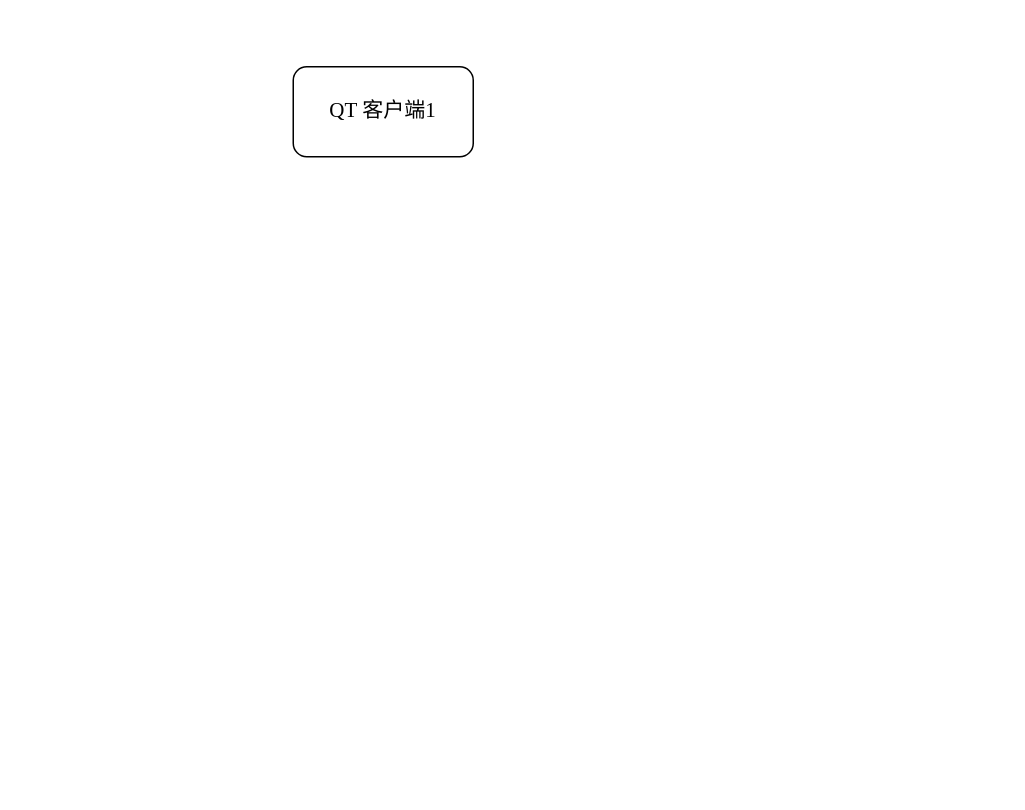
Earlier version of the draw.io diagram 未命名绘图.drawio (GamorH/draw.io). Source tidied: cells renumbered, new cells numbered last; positions are measured from the earlier drawing's top-left corner, leaving out a move shared by most shapes. Both pictures are drawn from the tidied source at 150%, with x=0, y=0 at pixel (292, 66).
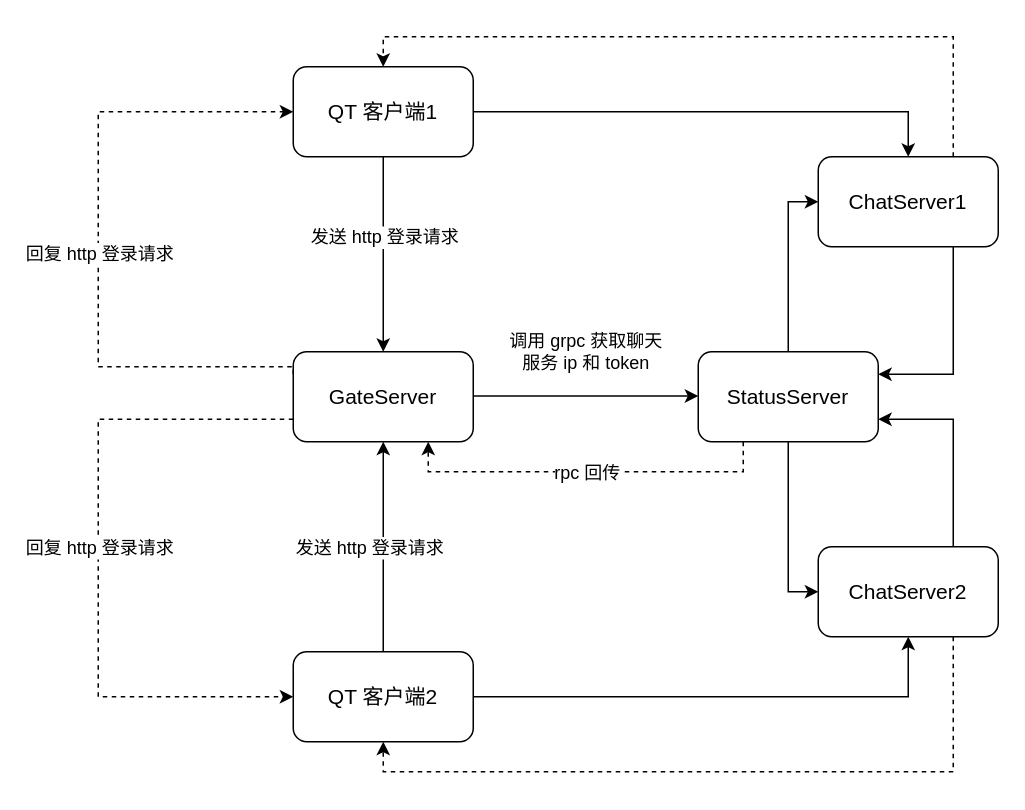
After the change.

Commit message:
服务器通信.drawio

What changed in the source:
```diff
@@
+    <mxCell id="3" style="edgeStyle=orthogonalEdgeStyle;rounded=0;jettySize=auto;html=1;" parent="1" edge="1" source="2" target="9">
+      <mxGeometry relative="1" as="geometry" />
+    </mxCell>
+    <mxCell id="4" value="&lt;font face=&quot;微软雅黑&quot; style=&quot;font-size: 12px;&quot;&gt;发送 http 登录请求&lt;/font&gt;" style="edgeLabel;html=1;align=center;verticalAlign=middle;" parent="3" vertex="1">
+      <mxGeometry x="-0.19" y="-1" relative="1" as="geometry">
+        <mxPoint x="1" as="offset" />
+      </mxGeometry>
+    </mxCell>
+    <mxCell id="5" style="edgeStyle=orthogonalEdgeStyle;rounded=0;jettySize=auto;html=1;exitX=1;exitY=0.5;exitDx=0;exitDy=0;entryX=0.5;entryY=0;entryDx=0;entryDy=0;" parent="1" edge="1" source="2">
+      <mxGeometry relative="1" as="geometry">
+        <mxPoint x="410" y="60" as="targetPoint" />
+        <Array as="points">
+          <mxPoint x="410" y="30" />
+        </Array>
+      </mxGeometry>
+    </mxCell>
-    <mxCell id="2" value="&lt;font style=&quot;font-size: 14px;&quot; face=&quot;Times New Roman&quot;&gt;QT 客户端1&lt;/font&gt;" style="rounded=1;whiteSpace=wrap;html=1;" parent="1" vertex="1">
+    <mxCell id="2" value="&lt;font face=&quot;微软雅黑&quot; style=&quot;font-size: 14px;&quot;&gt;QT 客户端1&lt;/font&gt;" style="rounded=1;whiteSpace=wrap;html=1;" parent="1" vertex="1">
       <mxGeometry width="120" height="60" as="geometry" />
     </mxCell>
+    <mxCell id="6" style="edgeStyle=orthogonalEdgeStyle;rounded=0;jettySize=auto;html=1;exitX=0;exitY=0.25;exitDx=0;exitDy=0;entryX=0;entryY=0.5;entryDx=0;entryDy=0;dashed=1;" parent="1" edge="1" source="9" target="2">
+      <mxGeometry relative="1" as="geometry">
+        <Array as="points">
+          <mxPoint y="200" />
+          <mxPoint x="-130" y="200" />
+          <mxPoint x="-130" y="30" />
+        </Array>
+      </mxGeometry>
+    </mxCell>
+    <mxCell id="7" value="&lt;font face=&quot;微软雅黑&quot; style=&quot;font-size: 12px;&quot;&gt;回复 http 登录请求&lt;/font&gt;" style="edgeLabel;html=1;align=center;verticalAlign=middle;" parent="6" vertex="1">
+      <mxGeometry x="-0.03" relative="1" as="geometry" />
+    </mxCell>
+    <mxCell id="8" style="edgeStyle=orthogonalEdgeStyle;rounded=0;jettySize=auto;html=1;entryX=0;entryY=0.5;entryDx=0;entryDy=0;exitX=0;exitY=0.75;exitDx=0;exitDy=0;dashed=1;" parent="1" edge="1" source="9" target="24">
+      <mxGeometry relative="1" as="geometry">
+        <Array as="points">
+          <mxPoint x="-130" y="235" />
+          <mxPoint x="-130" y="420" />
+        </Array>
+      </mxGeometry>
+    </mxCell>
+    <mxCell id="9" value="&lt;font face=&quot;微软雅黑&quot; style=&quot;font-size: 14px;&quot;&gt;GateServer&lt;/font&gt;" style="rounded=1;whiteSpace=wrap;html=1;" parent="1" vertex="1">
+      <mxGeometry y="190" width="120" height="60" as="geometry" />
+    </mxCell>
+    <mxCell id="10" style="edgeStyle=orthogonalEdgeStyle;rounded=0;jettySize=auto;html=1;exitX=0.75;exitY=1;exitDx=0;exitDy=0;entryX=1;entryY=0.25;entryDx=0;entryDy=0;" parent="1" edge="1" source="12" target="22">
+      <mxGeometry relative="1" as="geometry" />
+    </mxCell>
+    <mxCell id="11" style="edgeStyle=orthogonalEdgeStyle;rounded=0;jettySize=auto;html=1;exitX=0.75;exitY=0;exitDx=0;exitDy=0;entryX=0.5;entryY=0;entryDx=0;entryDy=0;dashed=1;" parent="1" edge="1" source="12" target="2">
+      <mxGeometry relative="1" as="geometry" />
+    </mxCell>
+    <mxCell id="12" value="&lt;font face=&quot;微软雅黑&quot; style=&quot;font-size: 14px;&quot;&gt;ChatServer1&lt;/font&gt;" style="rounded=1;whiteSpace=wrap;html=1;" parent="1" vertex="1">
+      <mxGeometry x="350" y="60" width="120" height="60" as="geometry" />
+    </mxCell>
+    <mxCell id="13" style="edgeStyle=orthogonalEdgeStyle;rounded=0;jettySize=auto;html=1;exitX=0.75;exitY=0;exitDx=0;exitDy=0;entryX=1;entryY=0.75;entryDx=0;entryDy=0;" parent="1" edge="1" source="15" target="22">
+      <mxGeometry relative="1" as="geometry" />
+    </mxCell>
+    <mxCell id="14" style="edgeStyle=orthogonalEdgeStyle;rounded=0;jettySize=auto;html=1;exitX=0.75;exitY=1;exitDx=0;exitDy=0;entryX=0.5;entryY=1;entryDx=0;entryDy=0;dashed=1;" parent="1" edge="1" source="15" target="24">
+      <mxGeometry relative="1" as="geometry" />
+    </mxCell>
+    <mxCell id="15" value="&lt;font face=&quot;微软雅黑&quot; style=&quot;font-size: 14px;&quot;&gt;ChatServer2&lt;/font&gt;" style="rounded=1;whiteSpace=wrap;html=1;" parent="1" vertex="1">
+      <mxGeometry x="350" y="320" width="120" height="60" as="geometry" />
+    </mxCell>
+    <mxCell id="16" style="edgeStyle=orthogonalEdgeStyle;rounded=0;jettySize=auto;html=1;exitX=1;exitY=0.5;exitDx=0;exitDy=0;" parent="1" edge="1" target="22">
+      <mxGeometry relative="1" as="geometry">
+        <mxPoint x="120" y="219.5" as="sourcePoint" />
+      </mxGeometry>
+    </mxCell>
+    <mxCell id="17" value="&lt;div style=&quot;text-align: justify;&quot;&gt;&lt;br&gt;&lt;/div&gt;" style="edgeLabel;html=1;align=left;verticalAlign=middle;" parent="16" vertex="1">
+      <mxGeometry x="-0.33" y="3" relative="1" as="geometry">
+        <mxPoint x="-274" y="94" as="offset" />
+      </mxGeometry>
+    </mxCell>
+    <mxCell id="18" style="edgeStyle=orthogonalEdgeStyle;rounded=0;jettySize=auto;html=1;exitX=0.5;exitY=0;exitDx=0;exitDy=0;entryX=0;entryY=0.5;entryDx=0;entryDy=0;" parent="1" edge="1" source="22" target="12">
+      <mxGeometry relative="1" as="geometry" />
+    </mxCell>
+    <mxCell id="19" style="edgeStyle=orthogonalEdgeStyle;rounded=0;jettySize=auto;html=1;exitX=0.5;exitY=1;exitDx=0;exitDy=0;entryX=0;entryY=0.5;entryDx=0;entryDy=0;" parent="1" edge="1" source="22" target="15">
+      <mxGeometry relative="1" as="geometry" />
+    </mxCell>
+    <mxCell id="20" style="edgeStyle=orthogonalEdgeStyle;rounded=0;jettySize=auto;html=1;exitX=0.25;exitY=1;exitDx=0;exitDy=0;entryX=0.75;entryY=1;entryDx=0;entryDy=0;dashed=1;" parent="1" edge="1" source="22" target="9">
+      <mxGeometry relative="1" as="geometry" />
+    </mxCell>
+    <mxCell id="21" value="&lt;font style=&quot;font-size: 12px;&quot; face=&quot;微软雅黑&quot;&gt;rpc 回传&lt;/font&gt;" style="edgeLabel;html=1;align=center;verticalAlign=middle;" parent="20" vertex="1">
+      <mxGeometry x="0.15" y="2" relative="1" as="geometry">
+        <mxPoint x="19" y="-2" as="offset" />
+      </mxGeometry>
+    </mxCell>
+    <mxCell id="22" value="&lt;font face=&quot;微软雅黑&quot; style=&quot;font-size: 14px;&quot;&gt;StatusServer&lt;/font&gt;" style="rounded=1;whiteSpace=wrap;html=1;" parent="1" vertex="1">
+      <mxGeometry x="270" y="190" width="120" height="60" as="geometry" />
+    </mxCell>
+    <mxCell id="23" style="edgeStyle=orthogonalEdgeStyle;rounded=0;jettySize=auto;html=1;exitX=0.5;exitY=0;exitDx=0;exitDy=0;entryX=0.5;entryY=1;entryDx=0;entryDy=0;" parent="1" edge="1" source="24" target="9">
+      <mxGeometry relative="1" as="geometry" />
+    </mxCell>
+    <mxCell id="24" value="&lt;font face=&quot;微软雅黑&quot; style=&quot;font-size: 14px;&quot;&gt;QT 客户端2&lt;/font&gt;" style="rounded=1;whiteSpace=wrap;html=1;" parent="1" vertex="1">
+      <mxGeometry y="390" width="120" height="60" as="geometry" />
+    </mxCell>
+    <mxCell id="25" value="&lt;font face=&quot;微软雅黑&quot;&gt;调用 grpc 获取聊天&lt;/font&gt;&lt;div&gt;&lt;font face=&quot;微软雅黑&quot;&gt;服务 ip 和 token&lt;/font&gt;&lt;/div&gt;" style="text;html=1;align=center;verticalAlign=middle;strokeColor=none;fillColor=none;" parent="1" vertex="1">
+      <mxGeometry x="130" y="170" width="130" height="40" as="geometry" />
+    </mxCell>
+    <mxCell id="26" style="edgeStyle=orthogonalEdgeStyle;rounded=0;jettySize=auto;html=1;exitX=1;exitY=0.5;exitDx=0;exitDy=0;entryX=0.5;entryY=1;entryDx=0;entryDy=0;" parent="1" edge="1" source="24" target="15">
+      <mxGeometry relative="1" as="geometry" />
+    </mxCell>
+    <mxCell id="27" value="&lt;font face=&quot;微软雅黑&quot; style=&quot;font-size: 12px;&quot;&gt;发送 http 登录请求&lt;/font&gt;" style="edgeLabel;html=1;align=center;verticalAlign=middle;" parent="1" vertex="1">
+      <mxGeometry x="50" y="320" as="geometry" />
+    </mxCell>
+    <mxCell id="28" value="&lt;font face=&quot;微软雅黑&quot; style=&quot;font-size: 12px;&quot;&gt;回复 http 登录请求&lt;/font&gt;" style="edgeLabel;html=1;align=center;verticalAlign=middle;" parent="1" vertex="1">
+      <mxGeometry x="-130" y="320" as="geometry" />
+    </mxCell>
```
